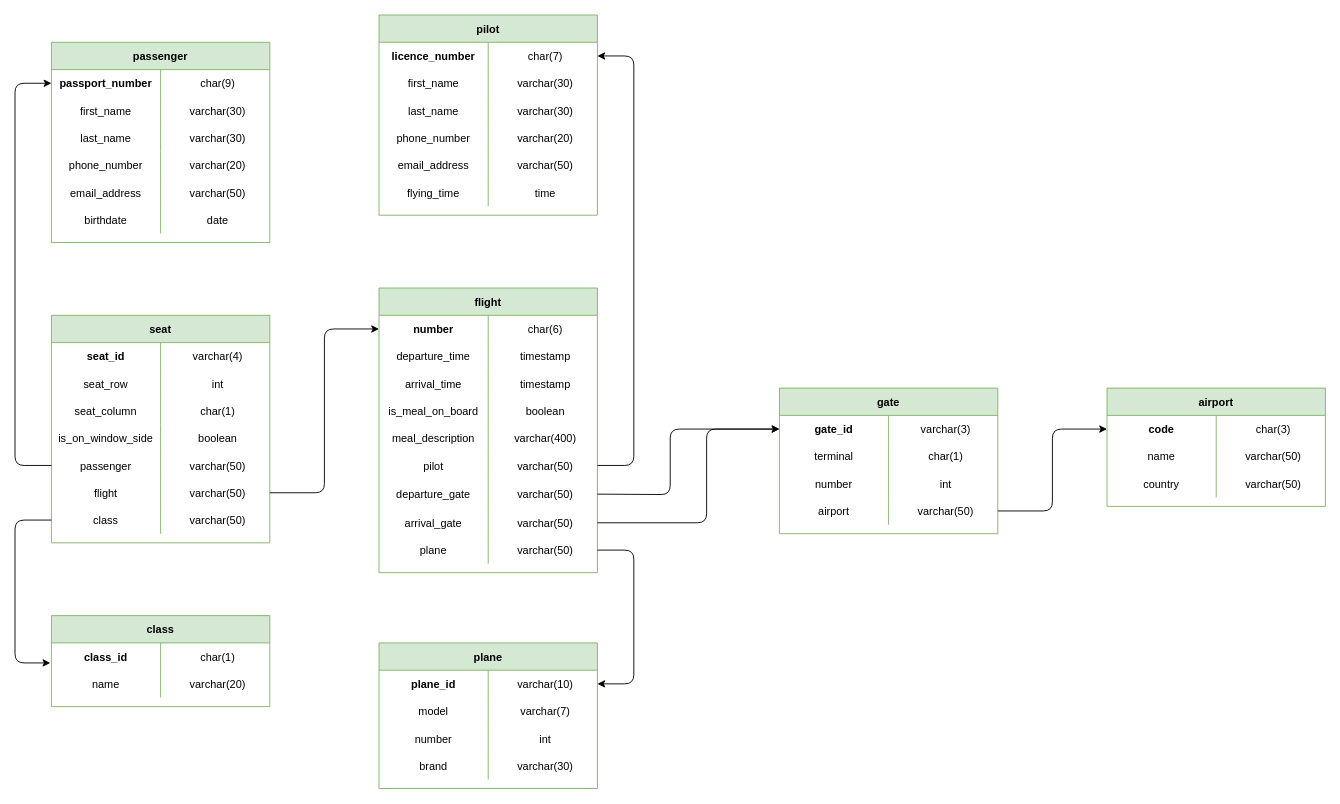
Earlier version of the draw.io diagram FINAL/Schéma - Tables.drawio (pauline-lr/Flight-manager). Source tidied: cells renumbered, new cells numbered last; positions are measured from the earlier drawing's top-left corner, leaving out a move shared by most shapes. Both pictures are drawn from the tidied source at 91%, with x=0, y=0 at pixel (15, 15).
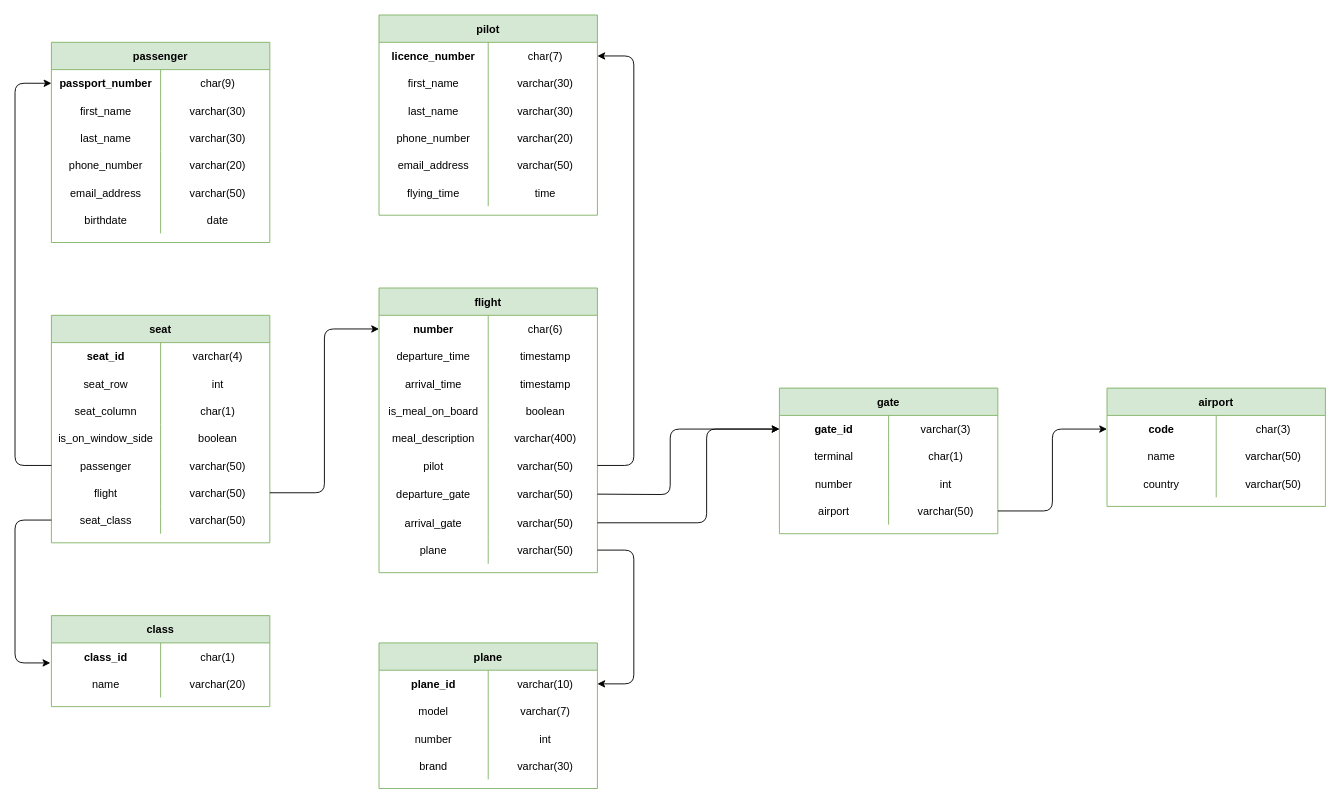
Above is the later version.

Unchanged cells that the change refers to:
```xml
<mxCell id="91" style="shape=partialRectangle;fillColor=none;top=0;left=0;bottom=0;right=0;points=[[0,0.5],[1,0.5]];portConstraint=eastwest;align=center;" parent="72" vertex="1">
  <mxGeometry y="210" width="240" height="30" as="geometry" />
</mxCell>
```

What changed in the source:
```diff
@@
-    <mxCell id="92" value="class" style="shape=partialRectangle;fillColor=none;top=0;left=0;bottom=0;right=0;fontStyle=0;overflow=hidden;align=center;" parent="91" vertex="1">
+    <mxCell id="92" value="seat_class" style="shape=partialRectangle;fillColor=none;top=0;left=0;bottom=0;right=0;fontStyle=0;overflow=hidden;align=center;" parent="91" vertex="1">
       <mxGeometry width="120" height="30" as="geometry" />
     </mxCell>
```
